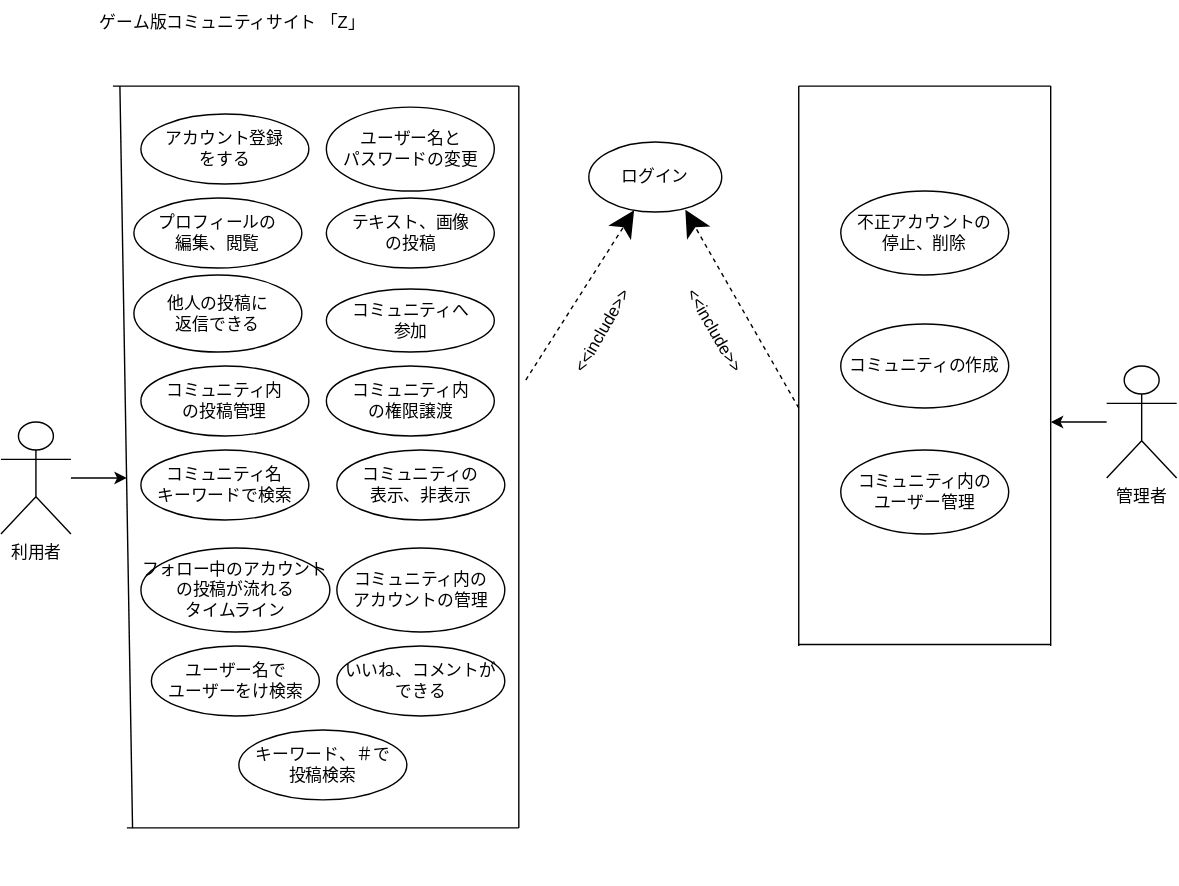
Above: Tokumasa.drawio.svg in Skypeace8585/uml-introduction (draw.io), before the change. Source tidied: cells renumbered, new cells last; positions are measured from the earlier drawing's top-left corner, leaving out a move shared by most shapes.
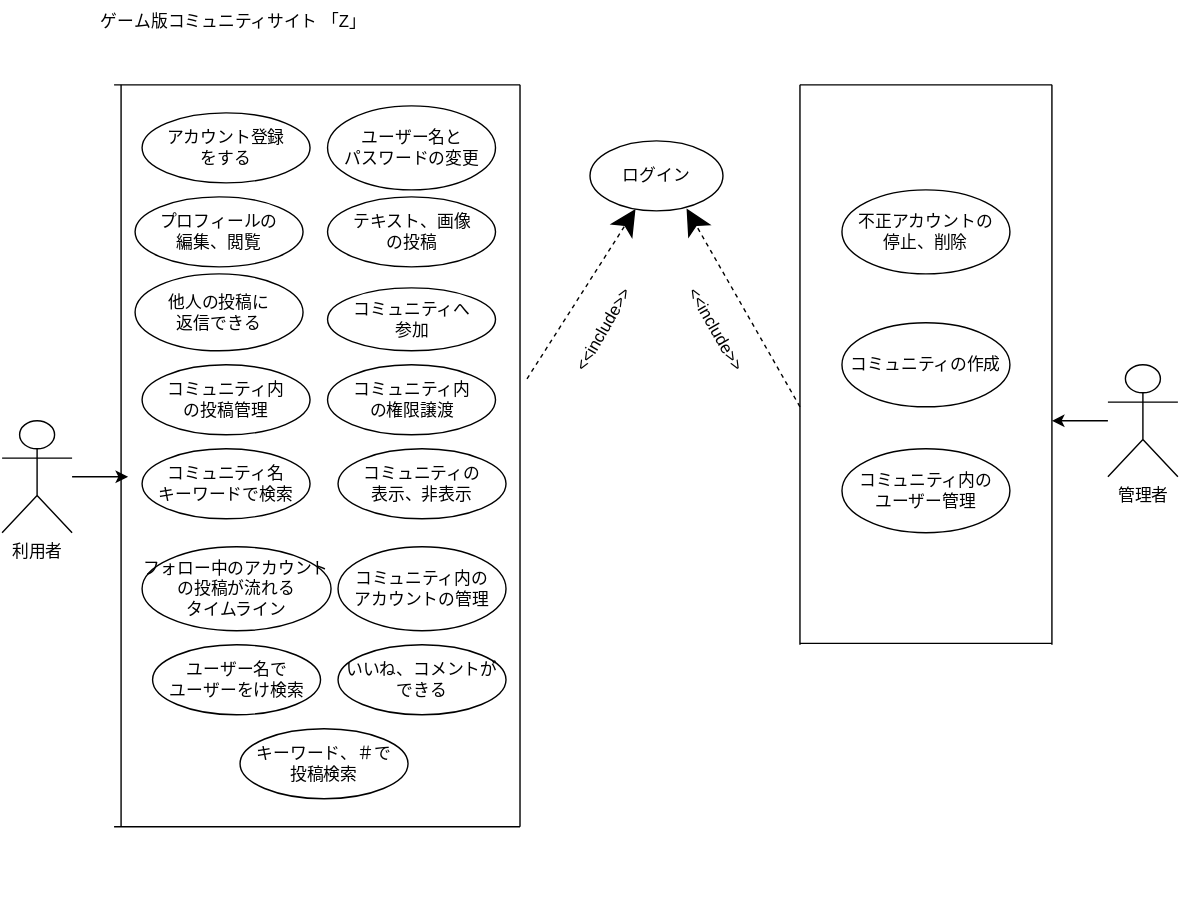
Later version of the same file.

Change to the diagram source:
```diff
@@ -3,7 +3,7 @@
     <mxCell id="0" />
     <mxCell id="1" parent="0" />
     <mxCell id="2" style="rounded=0;whiteSpace=wrap;html=1;strokeWidth=2;strokeColor=none;" parent="1" vertex="1">
-      <mxGeometry x="60" width="740" height="630" as="geometry" />
+      <mxGeometry y="10" width="840" height="630" as="geometry" />
     </mxCell>
     <mxCell id="3" value="ゲーム版コミュニティサイト 「Z」" style="text;html=1;align=center;verticalAlign=middle;strokeColor=none;fillColor=none;" parent="1" vertex="1">
       <mxGeometry x="60" width="210" height="30" as="geometry" />
@@ -75,9 +75,10 @@
     <mxCell id="24" value="キーワード、＃で&lt;br&gt;投稿検索" style="ellipse;whiteSpace=wrap;html=1;" parent="1" vertex="1">
       <mxGeometry x="170" y="520" width="120" height="50" as="geometry" />
     </mxCell>
-    <mxCell id="25" style="endArrow=none;html=1;entryX=0.046;entryY=0.937;entryDx=0;entryDy=0;entryPerimeter=0;" parent="1" edge="1" target="2">
+    <mxCell id="25" style="endArrow=none;html=1;" parent="1" edge="1">
       <mxGeometry relative="1" as="geometry">
         <mxPoint x="85" y="60" as="sourcePoint" />
+        <mxPoint x="85" y="590" as="targetPoint" />
       </mxGeometry>
     </mxCell>
     <mxCell id="26" style="endArrow=none;html=1;" parent="1" edge="1">
@@ -88,7 +89,7 @@
     </mxCell>
     <mxCell id="27" style="endArrow=none;html=1;" parent="1" edge="1">
       <mxGeometry relative="1" as="geometry">
-        <mxPoint x="90" y="590" as="sourcePoint" />
+        <mxPoint x="80" y="590" as="sourcePoint" />
         <mxPoint x="370" y="590" as="targetPoint" />
       </mxGeometry>
     </mxCell>
```
